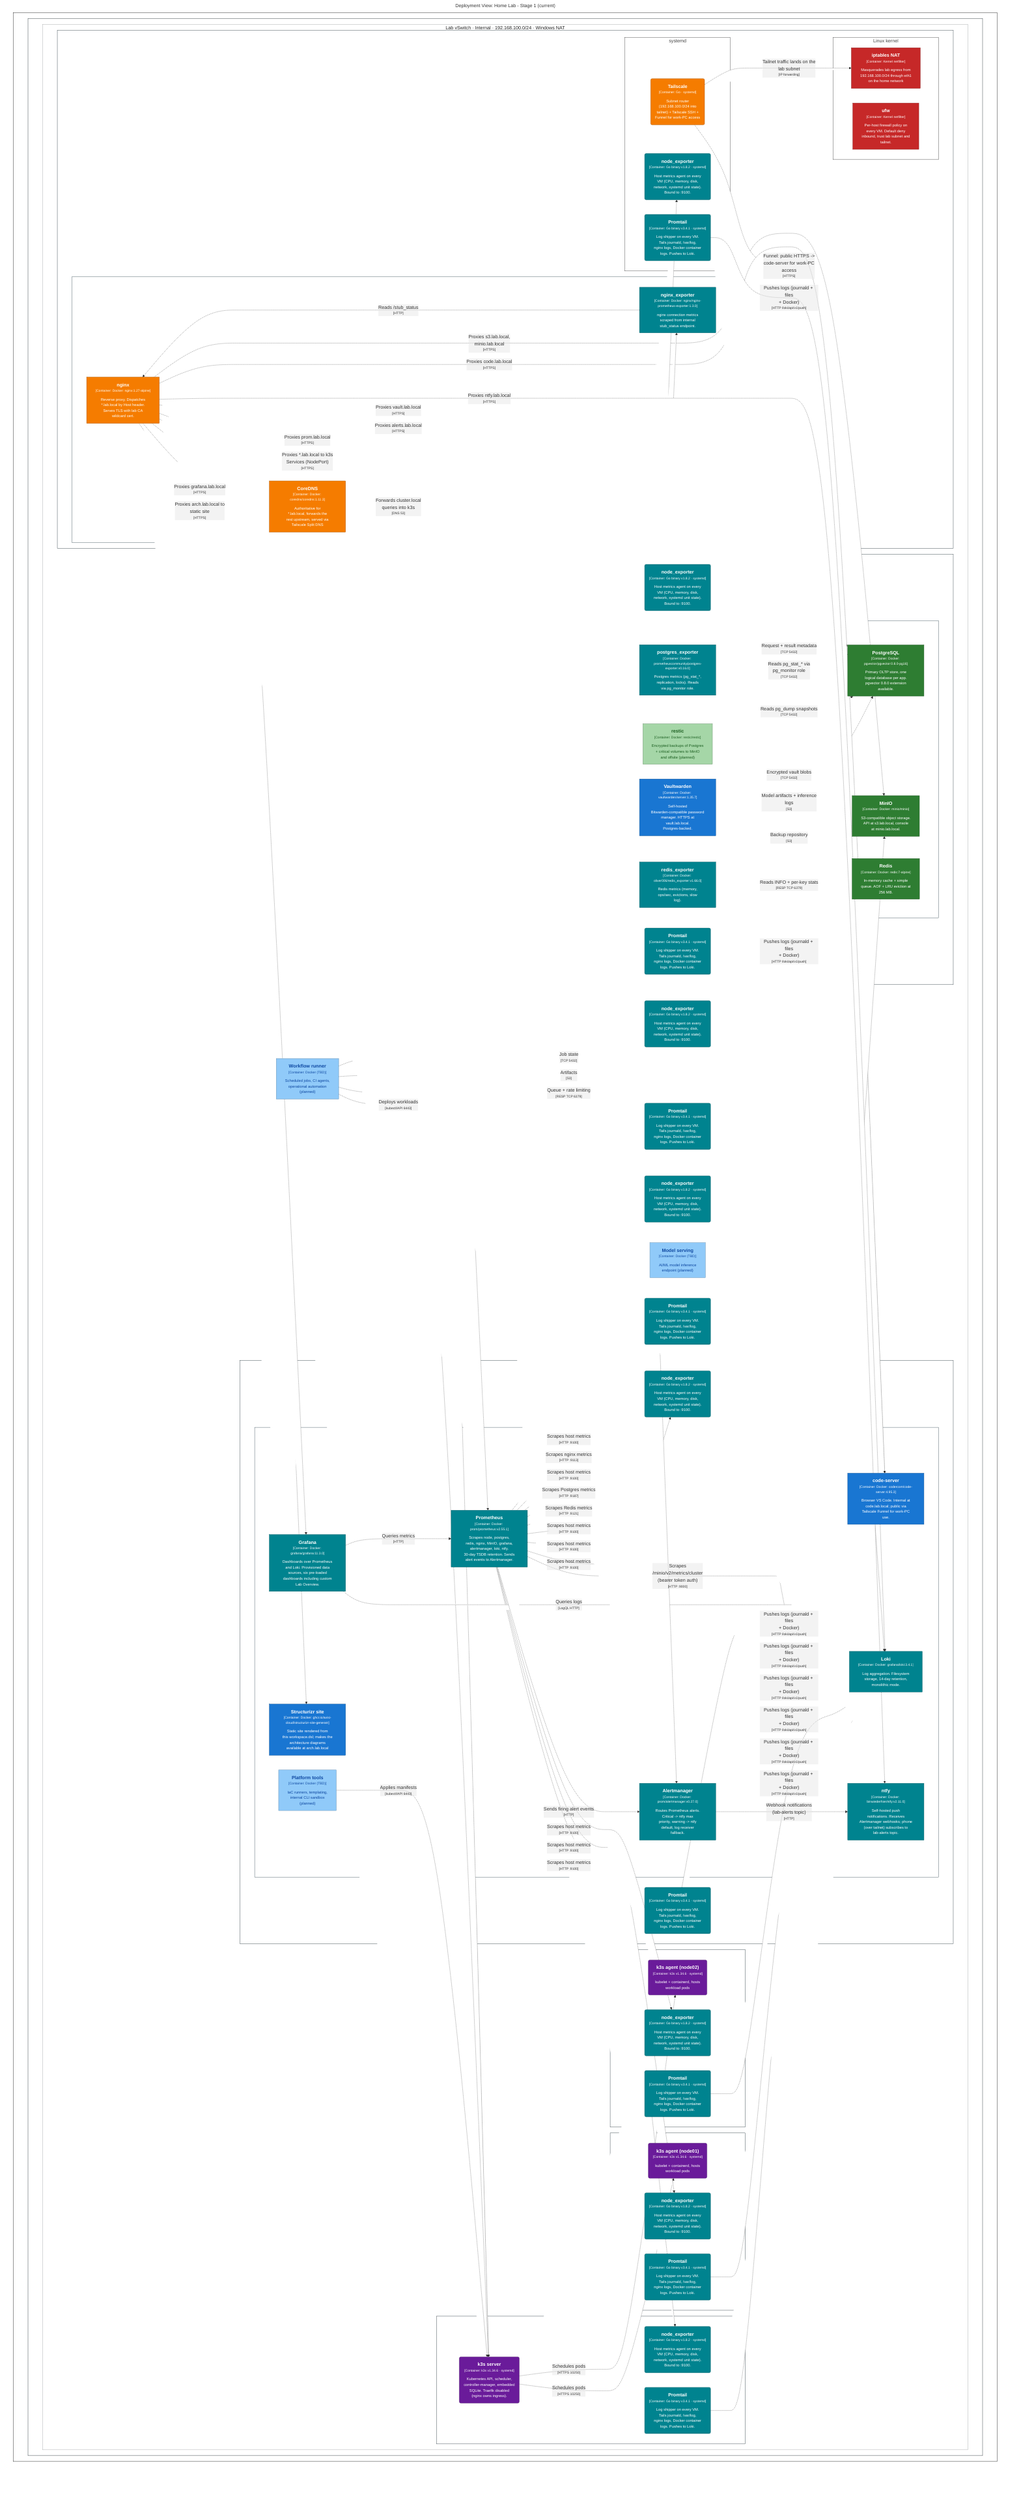
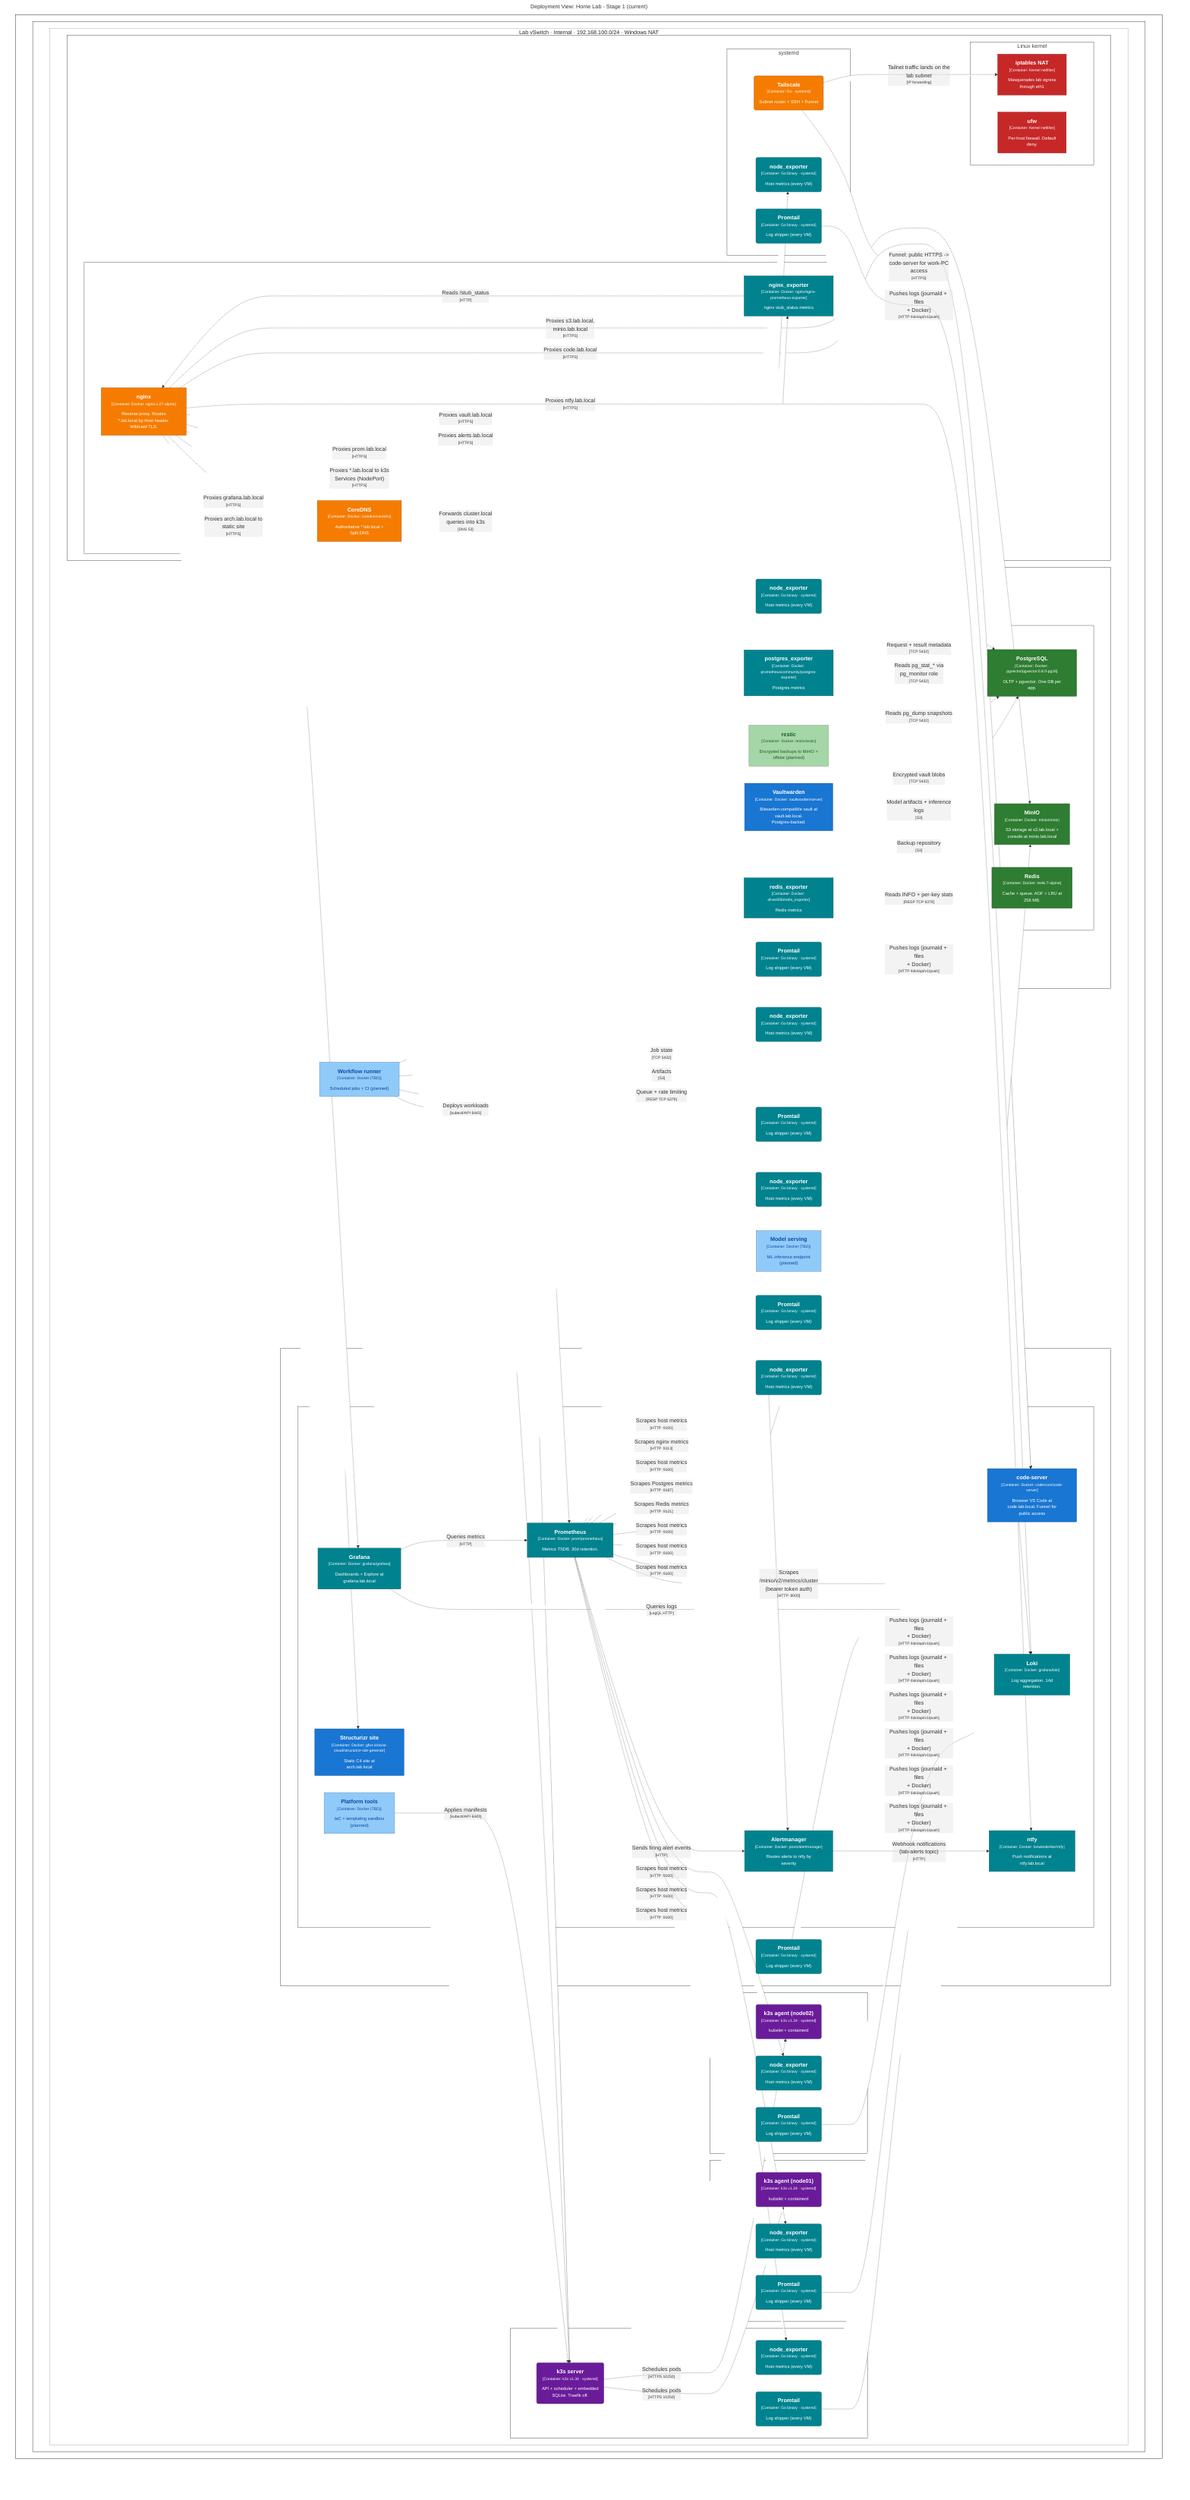
graph TB
  linkStyle default fill:#ffffff

  subgraph diagram ["Deployment View: Home Lab - Stage 1 (current)"]
    style diagram fill:#ffffff,stroke:#ffffff

    subgraph 86 ["Physical Windows host"]
      style 86 fill:#ffffff,stroke:#171717,color:#ffffff

      subgraph 87 ["Windows 11 + Hyper-V"]
        style 87 fill:#ffffff,stroke:#263137,color:#ffffff

        subgraph 88 ["Lab vSwitch · Internal · 192.168.100.0/24 · Windows NAT"]
          style 88 fill:#ffffff,stroke:#a5a7a8,color:#212121

          subgraph 103 ["lab-k3s-controlplane VM (.202)"]
            style 103 fill:#ffffff,stroke:#303e46,color:#ffffff

-             104("<div style='font-weight: bold'>k3s server</div><div style='font-size: 70%; margin-top: 0px'>[Container: k3s v1.34.6 · systemd]</div><div style='font-size: 80%; margin-top:10px'>Kubernetes API, scheduler,<br />controller-manager, embedded<br />SQLite. Traefik disabled<br />(nginx owns ingress).</div>")
+             104("<div style='font-weight: bold'>k3s server</div><div style='font-size: 70%; margin-top: 0px'>[Container: k3s v1.34 · systemd]</div><div style='font-size: 80%; margin-top:10px'>API + scheduler + embedded<br />SQLite. Traefik off.</div>")
            style 104 fill:#6a1b9a,stroke:#4a126b,color:#ffffff
-             107("<div style='font-weight: bold'>node_exporter</div><div style='font-size: 70%; margin-top: 0px'>[Container: Go binary v1.8.2 · systemd]</div><div style='font-size: 80%; margin-top:10px'>Host metrics agent on every<br />VM (CPU, memory, disk,<br />network, systemd unit state).<br />Bound to :9100.</div>")
+             107("<div style='font-weight: bold'>node_exporter</div><div style='font-size: 70%; margin-top: 0px'>[Container: Go binary · systemd]</div><div style='font-size: 80%; margin-top:10px'>Host metrics (every VM)</div>")
            style 107 fill:#00838f,stroke:#005b64,color:#ffffff
-             108("<div style='font-weight: bold'>Promtail</div><div style='font-size: 70%; margin-top: 0px'>[Container: Go binary v3.4.1 · systemd]</div><div style='font-size: 80%; margin-top:10px'>Log shipper on every VM.<br />Tails journald, /var/log,<br />nginx logs, Docker container<br />logs. Pushes to Loki.</div>")
+             108("<div style='font-weight: bold'>Promtail</div><div style='font-size: 70%; margin-top: 0px'>[Container: Go binary · systemd]</div><div style='font-size: 80%; margin-top:10px'>Log shipper (every VM)</div>")
            style 108 fill:#00838f,stroke:#005b64,color:#ffffff
          end

          subgraph 109 ["lab-k3s-node01 VM (.203)"]
            style 109 fill:#ffffff,stroke:#303e46,color:#ffffff

-             110("<div style='font-weight: bold'>k3s agent (node01)</div><div style='font-size: 70%; margin-top: 0px'>[Container: k3s v1.34.6 · systemd]</div><div style='font-size: 80%; margin-top:10px'>kubelet + containerd, hosts<br />workload pods</div>")
+             110("<div style='font-weight: bold'>k3s agent (node01)</div><div style='font-size: 70%; margin-top: 0px'>[Container: k3s v1.34 · systemd]</div><div style='font-size: 80%; margin-top:10px'>kubelet + containerd</div>")
            style 110 fill:#6a1b9a,stroke:#4a126b,color:#ffffff
-             112("<div style='font-weight: bold'>node_exporter</div><div style='font-size: 70%; margin-top: 0px'>[Container: Go binary v1.8.2 · systemd]</div><div style='font-size: 80%; margin-top:10px'>Host metrics agent on every<br />VM (CPU, memory, disk,<br />network, systemd unit state).<br />Bound to :9100.</div>")
+             112("<div style='font-weight: bold'>node_exporter</div><div style='font-size: 70%; margin-top: 0px'>[Container: Go binary · systemd]</div><div style='font-size: 80%; margin-top:10px'>Host metrics (every VM)</div>")
            style 112 fill:#00838f,stroke:#005b64,color:#ffffff
-             113("<div style='font-weight: bold'>Promtail</div><div style='font-size: 70%; margin-top: 0px'>[Container: Go binary v3.4.1 · systemd]</div><div style='font-size: 80%; margin-top:10px'>Log shipper on every VM.<br />Tails journald, /var/log,<br />nginx logs, Docker container<br />logs. Pushes to Loki.</div>")
+             113("<div style='font-weight: bold'>Promtail</div><div style='font-size: 70%; margin-top: 0px'>[Container: Go binary · systemd]</div><div style='font-size: 80%; margin-top:10px'>Log shipper (every VM)</div>")
            style 113 fill:#00838f,stroke:#005b64,color:#ffffff
          end

          subgraph 114 ["lab-k3s-node02 VM (.204)"]
            style 114 fill:#ffffff,stroke:#303e46,color:#ffffff

-             115("<div style='font-weight: bold'>k3s agent (node02)</div><div style='font-size: 70%; margin-top: 0px'>[Container: k3s v1.34.6 · systemd]</div><div style='font-size: 80%; margin-top:10px'>kubelet + containerd, hosts<br />workload pods</div>")
+             115("<div style='font-weight: bold'>k3s agent (node02)</div><div style='font-size: 70%; margin-top: 0px'>[Container: k3s v1.34 · systemd]</div><div style='font-size: 80%; margin-top:10px'>kubelet + containerd</div>")
            style 115 fill:#6a1b9a,stroke:#4a126b,color:#ffffff
-             117("<div style='font-weight: bold'>node_exporter</div><div style='font-size: 70%; margin-top: 0px'>[Container: Go binary v1.8.2 · systemd]</div><div style='font-size: 80%; margin-top:10px'>Host metrics agent on every<br />VM (CPU, memory, disk,<br />network, systemd unit state).<br />Bound to :9100.</div>")
+             117("<div style='font-weight: bold'>node_exporter</div><div style='font-size: 70%; margin-top: 0px'>[Container: Go binary · systemd]</div><div style='font-size: 80%; margin-top:10px'>Host metrics (every VM)</div>")
            style 117 fill:#00838f,stroke:#005b64,color:#ffffff
-             118("<div style='font-weight: bold'>Promtail</div><div style='font-size: 70%; margin-top: 0px'>[Container: Go binary v3.4.1 · systemd]</div><div style='font-size: 80%; margin-top:10px'>Log shipper on every VM.<br />Tails journald, /var/log,<br />nginx logs, Docker container<br />logs. Pushes to Loki.</div>")
+             118("<div style='font-weight: bold'>Promtail</div><div style='font-size: 70%; margin-top: 0px'>[Container: Go binary · systemd]</div><div style='font-size: 80%; margin-top:10px'>Log shipper (every VM)</div>")
            style 118 fill:#00838f,stroke:#005b64,color:#ffffff
          end

          subgraph 119 ["lab-datastore VM (.205)"]
            style 119 fill:#ffffff,stroke:#303e46,color:#ffffff

-             120("<div style='font-weight: bold'>node_exporter</div><div style='font-size: 70%; margin-top: 0px'>[Container: Go binary v1.8.2 · systemd]</div><div style='font-size: 80%; margin-top:10px'>Host metrics agent on every<br />VM (CPU, memory, disk,<br />network, systemd unit state).<br />Bound to :9100.</div>")
+             120("<div style='font-weight: bold'>node_exporter</div><div style='font-size: 70%; margin-top: 0px'>[Container: Go binary · systemd]</div><div style='font-size: 80%; margin-top:10px'>Host metrics (every VM)</div>")
            style 120 fill:#00838f,stroke:#005b64,color:#ffffff
-             121("<div style='font-weight: bold'>Promtail</div><div style='font-size: 70%; margin-top: 0px'>[Container: Go binary v3.4.1 · systemd]</div><div style='font-size: 80%; margin-top:10px'>Log shipper on every VM.<br />Tails journald, /var/log,<br />nginx logs, Docker container<br />logs. Pushes to Loki.</div>")
+             121("<div style='font-weight: bold'>Promtail</div><div style='font-size: 70%; margin-top: 0px'>[Container: Go binary · systemd]</div><div style='font-size: 80%; margin-top:10px'>Log shipper (every VM)</div>")
            style 121 fill:#00838f,stroke:#005b64,color:#ffffff
            subgraph 122 ["Docker engine"]
              style 122 fill:#ffffff,stroke:#435761,color:#ffffff

-               123["<div style='font-weight: bold'>PostgreSQL</div><div style='font-size: 70%; margin-top: 0px'>[Container: Docker: pgvector/pgvector:0.8.0-pg16]</div><div style='font-size: 80%; margin-top:10px'>Primary OLTP store, one<br />logical database per app.<br />pgvector 0.8.0 extension<br />available.</div>"]
+               123["<div style='font-weight: bold'>PostgreSQL</div><div style='font-size: 70%; margin-top: 0px'>[Container: Docker: pgvector/pgvector:0.8.0-pg16]</div><div style='font-size: 80%; margin-top:10px'>OLTP + pgvector. One DB per<br />app.</div>"]
              style 123 fill:#2e7d32,stroke:#205723,color:#ffffff
-               124["<div style='font-weight: bold'>MinIO</div><div style='font-size: 70%; margin-top: 0px'>[Container: Docker: minio/minio]</div><div style='font-size: 80%; margin-top:10px'>S3-compatible object storage.<br />API at s3.lab.local, console<br />at minio.lab.local.</div>"]
+               124["<div style='font-weight: bold'>MinIO</div><div style='font-size: 70%; margin-top: 0px'>[Container: Docker: minio/minio]</div><div style='font-size: 80%; margin-top:10px'>S3 storage at s3.lab.local +<br />console at minio.lab.local</div>"]
              style 124 fill:#2e7d32,stroke:#205723,color:#ffffff
-               126["<div style='font-weight: bold'>Redis</div><div style='font-size: 70%; margin-top: 0px'>[Container: Docker: redis:7-alpine]</div><div style='font-size: 80%; margin-top:10px'>In-memory cache + simple<br />queue. AOF + LRU eviction at<br />256 MB.</div>"]
+               126["<div style='font-weight: bold'>Redis</div><div style='font-size: 70%; margin-top: 0px'>[Container: Docker: redis:7-alpine]</div><div style='font-size: 80%; margin-top:10px'>Cache + queue. AOF + LRU at<br />256 MB.</div>"]
              style 126 fill:#2e7d32,stroke:#205723,color:#ffffff
-               127["<div style='font-weight: bold'>Vaultwarden</div><div style='font-size: 70%; margin-top: 0px'>[Container: Docker: vaultwarden/server:1.35.7]</div><div style='font-size: 80%; margin-top:10px'>Self-hosted<br />Bitwarden-compatible password<br />manager. HTTPS at<br />vault.lab.local.<br />Postgres-backed.</div>"]
+               127["<div style='font-weight: bold'>Vaultwarden</div><div style='font-size: 70%; margin-top: 0px'>[Container: Docker: vaultwarden/server]</div><div style='font-size: 80%; margin-top:10px'>Bitwarden-compatible vault at<br />vault.lab.local.<br />Postgres-backed.</div>"]
              style 127 fill:#1976d2,stroke:#115293,color:#ffffff
-               130["<div style='font-weight: bold'>restic</div><div style='font-size: 70%; margin-top: 0px'>[Container: Docker: restic/restic]</div><div style='font-size: 80%; margin-top:10px'>Encrypted backups of Postgres<br />+ critical volumes to MinIO<br />and offsite (planned)</div>"]
+               130["<div style='font-weight: bold'>restic</div><div style='font-size: 70%; margin-top: 0px'>[Container: Docker: restic/restic]</div><div style='font-size: 80%; margin-top:10px'>Encrypted backups to MinIO +<br />offsite (planned)</div>"]
              style 130 fill:#a5d6a7,stroke:#739574,color:#1b5e20
-               133["<div style='font-weight: bold'>postgres_exporter</div><div style='font-size: 70%; margin-top: 0px'>[Container: Docker: prometheuscommunity/postgres-exporter:v0.16.0]</div><div style='font-size: 80%; margin-top:10px'>Postgres metrics (pg_stat_*,<br />replication, locks). Reads<br />via pg_monitor role.</div>"]
+               133["<div style='font-weight: bold'>postgres_exporter</div><div style='font-size: 70%; margin-top: 0px'>[Container: Docker: prometheuscommunity/postgres-exporter]</div><div style='font-size: 80%; margin-top:10px'>Postgres metrics</div>"]
              style 133 fill:#00838f,stroke:#005b64,color:#ffffff
-               135["<div style='font-weight: bold'>redis_exporter</div><div style='font-size: 70%; margin-top: 0px'>[Container: Docker: oliver006/redis_exporter:v1.66.0]</div><div style='font-size: 80%; margin-top:10px'>Redis metrics (memory,<br />ops/sec, evictions, slow<br />log).</div>"]
+               135["<div style='font-weight: bold'>redis_exporter</div><div style='font-size: 70%; margin-top: 0px'>[Container: Docker: oliver006/redis_exporter]</div><div style='font-size: 80%; margin-top:10px'>Redis metrics</div>"]
              style 135 fill:#00838f,stroke:#005b64,color:#ffffff
            end

          end

          subgraph 137 ["lab-ai-ops VM (.206)"]
            style 137 fill:#ffffff,stroke:#303e46,color:#ffffff

-             138("<div style='font-weight: bold'>node_exporter</div><div style='font-size: 70%; margin-top: 0px'>[Container: Go binary v1.8.2 · systemd]</div><div style='font-size: 80%; margin-top:10px'>Host metrics agent on every<br />VM (CPU, memory, disk,<br />network, systemd unit state).<br />Bound to :9100.</div>")
+             138("<div style='font-weight: bold'>node_exporter</div><div style='font-size: 70%; margin-top: 0px'>[Container: Go binary · systemd]</div><div style='font-size: 80%; margin-top:10px'>Host metrics (every VM)</div>")
            style 138 fill:#00838f,stroke:#005b64,color:#ffffff
-             139("<div style='font-weight: bold'>Promtail</div><div style='font-size: 70%; margin-top: 0px'>[Container: Go binary v3.4.1 · systemd]</div><div style='font-size: 80%; margin-top:10px'>Log shipper on every VM.<br />Tails journald, /var/log,<br />nginx logs, Docker container<br />logs. Pushes to Loki.</div>")
+             139("<div style='font-weight: bold'>Promtail</div><div style='font-size: 70%; margin-top: 0px'>[Container: Go binary · systemd]</div><div style='font-size: 80%; margin-top:10px'>Log shipper (every VM)</div>")
            style 139 fill:#00838f,stroke:#005b64,color:#ffffff
            subgraph 140 ["Docker engine"]
              style 140 fill:#ffffff,stroke:#435761,color:#ffffff

-               141["<div style='font-weight: bold'>Model serving</div><div style='font-size: 70%; margin-top: 0px'>[Container: Docker (TBD)]</div><div style='font-size: 80%; margin-top:10px'>AI/ML model inference<br />endpoint (planned)</div>"]
+               141["<div style='font-weight: bold'>Model serving</div><div style='font-size: 70%; margin-top: 0px'>[Container: Docker (TBD)]</div><div style='font-size: 80%; margin-top:10px'>ML inference endpoint<br />(planned)</div>"]
              style 141 fill:#90caf9,stroke:#648dae,color:#0d47a1
            end

          end

          subgraph 144 ["lab-automation VM (.207)"]
            style 144 fill:#ffffff,stroke:#303e46,color:#ffffff

-             145("<div style='font-weight: bold'>node_exporter</div><div style='font-size: 70%; margin-top: 0px'>[Container: Go binary v1.8.2 · systemd]</div><div style='font-size: 80%; margin-top:10px'>Host metrics agent on every<br />VM (CPU, memory, disk,<br />network, systemd unit state).<br />Bound to :9100.</div>")
+             145("<div style='font-weight: bold'>node_exporter</div><div style='font-size: 70%; margin-top: 0px'>[Container: Go binary · systemd]</div><div style='font-size: 80%; margin-top:10px'>Host metrics (every VM)</div>")
            style 145 fill:#00838f,stroke:#005b64,color:#ffffff
-             146("<div style='font-weight: bold'>Promtail</div><div style='font-size: 70%; margin-top: 0px'>[Container: Go binary v3.4.1 · systemd]</div><div style='font-size: 80%; margin-top:10px'>Log shipper on every VM.<br />Tails journald, /var/log,<br />nginx logs, Docker container<br />logs. Pushes to Loki.</div>")
+             146("<div style='font-weight: bold'>Promtail</div><div style='font-size: 70%; margin-top: 0px'>[Container: Go binary · systemd]</div><div style='font-size: 80%; margin-top:10px'>Log shipper (every VM)</div>")
            style 146 fill:#00838f,stroke:#005b64,color:#ffffff
            subgraph 147 ["Docker engine"]
              style 147 fill:#ffffff,stroke:#435761,color:#ffffff

-               148["<div style='font-weight: bold'>Workflow runner</div><div style='font-size: 70%; margin-top: 0px'>[Container: Docker (TBD)]</div><div style='font-size: 80%; margin-top:10px'>Scheduled jobs, CI agents,<br />operational automation<br />(planned)</div>"]
+               148["<div style='font-weight: bold'>Workflow runner</div><div style='font-size: 70%; margin-top: 0px'>[Container: Docker (TBD)]</div><div style='font-size: 80%; margin-top:10px'>Scheduled jobs + CI (planned)</div>"]
              style 148 fill:#90caf9,stroke:#648dae,color:#0d47a1
            end

          end

          subgraph 153 ["lab-platform-eng VM (.208)"]
            style 153 fill:#ffffff,stroke:#303e46,color:#ffffff

-             154("<div style='font-weight: bold'>node_exporter</div><div style='font-size: 70%; margin-top: 0px'>[Container: Go binary v1.8.2 · systemd]</div><div style='font-size: 80%; margin-top:10px'>Host metrics agent on every<br />VM (CPU, memory, disk,<br />network, systemd unit state).<br />Bound to :9100.</div>")
+             154("<div style='font-weight: bold'>node_exporter</div><div style='font-size: 70%; margin-top: 0px'>[Container: Go binary · systemd]</div><div style='font-size: 80%; margin-top:10px'>Host metrics (every VM)</div>")
            style 154 fill:#00838f,stroke:#005b64,color:#ffffff
-             155("<div style='font-weight: bold'>Promtail</div><div style='font-size: 70%; margin-top: 0px'>[Container: Go binary v3.4.1 · systemd]</div><div style='font-size: 80%; margin-top:10px'>Log shipper on every VM.<br />Tails journald, /var/log,<br />nginx logs, Docker container<br />logs. Pushes to Loki.</div>")
+             155("<div style='font-weight: bold'>Promtail</div><div style='font-size: 70%; margin-top: 0px'>[Container: Go binary · systemd]</div><div style='font-size: 80%; margin-top:10px'>Log shipper (every VM)</div>")
            style 155 fill:#00838f,stroke:#005b64,color:#ffffff
            subgraph 156 ["Docker engine"]
              style 156 fill:#ffffff,stroke:#435761,color:#ffffff

-               157["<div style='font-weight: bold'>Platform tools</div><div style='font-size: 70%; margin-top: 0px'>[Container: Docker (TBD)]</div><div style='font-size: 80%; margin-top:10px'>IaC runners, templating,<br />internal CLI sandbox<br />(planned)</div>"]
+               157["<div style='font-weight: bold'>Platform tools</div><div style='font-size: 70%; margin-top: 0px'>[Container: Docker (TBD)]</div><div style='font-size: 80%; margin-top:10px'>IaC + templating sandbox<br />(planned)</div>"]
              style 157 fill:#90caf9,stroke:#648dae,color:#0d47a1
-               159["<div style='font-weight: bold'>Structurizr site</div><div style='font-size: 70%; margin-top: 0px'>[Container: Docker: ghcr.io/avisi-cloud/structurizr-site-generatr]</div><div style='font-size: 80%; margin-top:10px'>Static site rendered from<br />this workspace.dsl; makes the<br />architecture diagrams<br />available at arch.lab.local</div>"]
+               159["<div style='font-weight: bold'>Structurizr site</div><div style='font-size: 70%; margin-top: 0px'>[Container: Docker: ghcr.io/avisi-cloud/structurizr-site-generatr]</div><div style='font-size: 80%; margin-top:10px'>Static C4 site at<br />arch.lab.local</div>"]
              style 159 fill:#1976d2,stroke:#115293,color:#ffffff
-               161["<div style='font-weight: bold'>code-server</div><div style='font-size: 70%; margin-top: 0px'>[Container: Docker: codercom/code-server:4.95.3]</div><div style='font-size: 80%; margin-top:10px'>Browser VS Code. Internal at<br />code.lab.local; public via<br />Tailscale Funnel for work-PC<br />use.</div>"]
+               161["<div style='font-weight: bold'>code-server</div><div style='font-size: 70%; margin-top: 0px'>[Container: Docker: codercom/code-server]</div><div style='font-size: 80%; margin-top:10px'>Browser VS Code at<br />code.lab.local; Funnel for<br />public access</div>"]
              style 161 fill:#1976d2,stroke:#115293,color:#ffffff
-               164["<div style='font-weight: bold'>Prometheus</div><div style='font-size: 70%; margin-top: 0px'>[Container: Docker: prom/prometheus:v2.55.1]</div><div style='font-size: 80%; margin-top:10px'>Scrapes node, postgres,<br />redis, nginx, MinIO, grafana,<br />alertmanager, loki, ntfy.<br />30-day TSDB retention. Sends<br />alert events to Alertmanager.</div>"]
+               164["<div style='font-weight: bold'>Prometheus</div><div style='font-size: 70%; margin-top: 0px'>[Container: Docker: prom/prometheus]</div><div style='font-size: 80%; margin-top:10px'>Metrics TSDB. 30d retention.</div>"]
              style 164 fill:#00838f,stroke:#005b64,color:#ffffff
-               178["<div style='font-weight: bold'>Grafana</div><div style='font-size: 70%; margin-top: 0px'>[Container: Docker: grafana/grafana:11.3.0]</div><div style='font-size: 80%; margin-top:10px'>Dashboards over Prometheus<br />and Loki. Provisioned data<br />sources, six pre-loaded<br />dashboards including custom<br />Lab Overview.</div>"]
+               178["<div style='font-weight: bold'>Grafana</div><div style='font-size: 70%; margin-top: 0px'>[Container: Docker: grafana/grafana]</div><div style='font-size: 80%; margin-top:10px'>Dashboards + Explore at<br />grafana.lab.local</div>"]
              style 178 fill:#00838f,stroke:#005b64,color:#ffffff
-               181["<div style='font-weight: bold'>Loki</div><div style='font-size: 70%; margin-top: 0px'>[Container: Docker: grafana/loki:3.4.1]</div><div style='font-size: 80%; margin-top:10px'>Log aggregation. Filesystem<br />storage, 14-day retention,<br />monolithic mode.</div>"]
+               181["<div style='font-weight: bold'>Loki</div><div style='font-size: 70%; margin-top: 0px'>[Container: Docker: grafana/loki]</div><div style='font-size: 80%; margin-top:10px'>Log aggregation. 14d<br />retention.</div>"]
              style 181 fill:#00838f,stroke:#005b64,color:#ffffff
-               191["<div style='font-weight: bold'>Alertmanager</div><div style='font-size: 70%; margin-top: 0px'>[Container: Docker: prom/alertmanager:v0.27.0]</div><div style='font-size: 80%; margin-top:10px'>Routes Prometheus alerts.<br />Critical -> ntfy max<br />priority, warning -> ntfy<br />default, log receiver<br />fallback.</div>"]
+               191["<div style='font-weight: bold'>Alertmanager</div><div style='font-size: 70%; margin-top: 0px'>[Container: Docker: prom/alertmanager]</div><div style='font-size: 80%; margin-top:10px'>Routes alerts to ntfy by<br />severity</div>"]
              style 191 fill:#00838f,stroke:#005b64,color:#ffffff
-               194["<div style='font-weight: bold'>ntfy</div><div style='font-size: 70%; margin-top: 0px'>[Container: Docker: binwiederhier/ntfy:v2.11.0]</div><div style='font-size: 80%; margin-top:10px'>Self-hosted push<br />notifications. Receives<br />Alertmanager webhooks; phone<br />(over tailnet) subscribes to<br />lab-alerts topic.</div>"]
+               194["<div style='font-weight: bold'>ntfy</div><div style='font-size: 70%; margin-top: 0px'>[Container: Docker: binwiederhier/ntfy]</div><div style='font-size: 80%; margin-top:10px'>Push notifications at<br />ntfy.lab.local</div>"]
              style 194 fill:#00838f,stroke:#005b64,color:#ffffff
            end

          end

          subgraph 89 ["lab-gateway VM (.201)"]
            style 89 fill:#ffffff,stroke:#303e46,color:#ffffff

            subgraph 90 ["systemd"]
              style 90 fill:#ffffff,stroke:#444444,color:#444444

-               91("<div style='font-weight: bold'>Tailscale</div><div style='font-size: 70%; margin-top: 0px'>[Container: Go · systemd]</div><div style='font-size: 80%; margin-top:10px'>Subnet router<br />(192.168.100.0/24 into<br />tailnet) + Tailscale SSH +<br />Funnel for work-PC access</div>")
+               91("<div style='font-weight: bold'>Tailscale</div><div style='font-size: 70%; margin-top: 0px'>[Container: Go · systemd]</div><div style='font-size: 80%; margin-top:10px'>Subnet router + SSH + Funnel</div>")
              style 91 fill:#f57c00,stroke:#ab5600,color:#ffffff
-               92("<div style='font-weight: bold'>node_exporter</div><div style='font-size: 70%; margin-top: 0px'>[Container: Go binary v1.8.2 · systemd]</div><div style='font-size: 80%; margin-top:10px'>Host metrics agent on every<br />VM (CPU, memory, disk,<br />network, systemd unit state).<br />Bound to :9100.</div>")
+               92("<div style='font-weight: bold'>node_exporter</div><div style='font-size: 70%; margin-top: 0px'>[Container: Go binary · systemd]</div><div style='font-size: 80%; margin-top:10px'>Host metrics (every VM)</div>")
              style 92 fill:#00838f,stroke:#005b64,color:#ffffff
-               93("<div style='font-weight: bold'>Promtail</div><div style='font-size: 70%; margin-top: 0px'>[Container: Go binary v3.4.1 · systemd]</div><div style='font-size: 80%; margin-top:10px'>Log shipper on every VM.<br />Tails journald, /var/log,<br />nginx logs, Docker container<br />logs. Pushes to Loki.</div>")
+               93("<div style='font-weight: bold'>Promtail</div><div style='font-size: 70%; margin-top: 0px'>[Container: Go binary · systemd]</div><div style='font-size: 80%; margin-top:10px'>Log shipper (every VM)</div>")
              style 93 fill:#00838f,stroke:#005b64,color:#ffffff
            end

            subgraph 94 ["Linux kernel"]
              style 94 fill:#ffffff,stroke:#444444,color:#444444

-               95["<div style='font-weight: bold'>iptables NAT</div><div style='font-size: 70%; margin-top: 0px'>[Container: Kernel netfilter]</div><div style='font-size: 80%; margin-top:10px'>Masquerades lab egress from<br />192.168.100.0/24 through eth1<br />on the home network</div>"]
+               95["<div style='font-weight: bold'>iptables NAT</div><div style='font-size: 70%; margin-top: 0px'>[Container: Kernel netfilter]</div><div style='font-size: 80%; margin-top:10px'>Masquerades lab egress<br />through eth1</div>"]
              style 95 fill:#c62828,stroke:#8a1c1c,color:#ffffff
-               97["<div style='font-weight: bold'>ufw</div><div style='font-size: 70%; margin-top: 0px'>[Container: Kernel netfilter]</div><div style='font-size: 80%; margin-top:10px'>Per-host firewall policy on<br />every VM. Default deny<br />inbound, trust lab subnet and<br />tailnet.</div>"]
+               97["<div style='font-weight: bold'>ufw</div><div style='font-size: 70%; margin-top: 0px'>[Container: Kernel netfilter]</div><div style='font-size: 80%; margin-top:10px'>Per-host firewall. Default<br />deny.</div>"]
              style 97 fill:#c62828,stroke:#8a1c1c,color:#ffffff
            end

            subgraph 98 ["Docker engine"]
              style 98 fill:#ffffff,stroke:#435761,color:#ffffff

-               100["<div style='font-weight: bold'>nginx</div><div style='font-size: 70%; margin-top: 0px'>[Container: Docker: nginx:1.27-alpine]</div><div style='font-size: 80%; margin-top:10px'>Reverse proxy. Dispatches<br />*.lab.local by Host header.<br />Serves TLS with lab CA<br />wildcard cert.</div>"]
+               100["<div style='font-weight: bold'>nginx</div><div style='font-size: 70%; margin-top: 0px'>[Container: Docker: nginx:1.27-alpine]</div><div style='font-size: 80%; margin-top:10px'>Reverse proxy. Routes<br />*.lab.local by Host header.<br />Wildcard TLS.</div>"]
              style 100 fill:#f57c00,stroke:#ab5600,color:#ffffff
-               101["<div style='font-weight: bold'>nginx_exporter</div><div style='font-size: 70%; margin-top: 0px'>[Container: Docker: nginx/nginx-prometheus-exporter:1.3.0]</div><div style='font-size: 80%; margin-top:10px'>nginx connection metrics<br />scraped from internal<br />stub_status endpoint.</div>"]
+               101["<div style='font-weight: bold'>nginx_exporter</div><div style='font-size: 70%; margin-top: 0px'>[Container: Docker: nginx/nginx-prometheus-exporter]</div><div style='font-size: 80%; margin-top:10px'>nginx stub_status metrics</div>"]
              style 101 fill:#00838f,stroke:#005b64,color:#ffffff
-               99["<div style='font-weight: bold'>CoreDNS</div><div style='font-size: 70%; margin-top: 0px'>[Container: Docker: coredns/coredns:1.11.3]</div><div style='font-size: 80%; margin-top:10px'>Authoritative for<br />*.lab.local, forwards the<br />rest upstream, served via<br />Tailscale Split DNS</div>"]
+               99["<div style='font-weight: bold'>CoreDNS</div><div style='font-size: 70%; margin-top: 0px'>[Container: Docker: coredns/coredns]</div><div style='font-size: 80%; margin-top:10px'>Authoritative *.lab.local +<br />Split DNS</div>"]
              style 99 fill:#f57c00,stroke:#ab5600,color:#ffffff
            end

          end

        end

      end

    end

    101-. "<div>Reads /stub_status</div><div style='font-size: 70%'>[HTTP]</div>" .->100
    99-. "<div>Forwards cluster.local<br />queries into k3s</div><div style='font-size: 70%'>[DNS 53]</div>" .->104
    100-. "<div>Proxies *.lab.local to k3s<br />Services (NodePort)</div><div style='font-size: 70%'>[HTTPS]</div>" .->104
    104-. "<div>Schedules pods</div><div style='font-size: 70%'>[HTTPS 10250]</div>" .->110
    104-. "<div>Schedules pods</div><div style='font-size: 70%'>[HTTPS 10250]</div>" .->115
    100-. "<div>Proxies s3.lab.local,<br />minio.lab.local</div><div style='font-size: 70%'>[HTTPS]</div>" .->124
    100-. "<div>Proxies vault.lab.local</div><div style='font-size: 70%'>[HTTPS]</div>" .->127
    127-. "<div>Encrypted vault blobs</div><div style='font-size: 70%'>[TCP 5432]</div>" .->123
    130-. "<div>Reads pg_dump snapshots</div><div style='font-size: 70%'>[TCP 5432]</div>" .->123
    130-. "<div>Backup repository</div><div style='font-size: 70%'>[S3]</div>" .->124
    133-. "<div>Reads pg_stat_* via<br />pg_monitor role</div><div style='font-size: 70%'>[TCP 5432]</div>" .->123
    135-. "<div>Reads INFO + per-key stats</div><div style='font-size: 70%'>[RESP TCP 6379]</div>" .->126
    141-. "<div>Request + result metadata</div><div style='font-size: 70%'>[TCP 5432]</div>" .->123
    141-. "<div>Model artifacts + inference<br />logs</div><div style='font-size: 70%'>[S3]</div>" .->124
    148-. "<div>Deploys workloads</div><div style='font-size: 70%'>[kubectl/API 6443]</div>" .->104
    148-. "<div>Job state</div><div style='font-size: 70%'>[TCP 5432]</div>" .->123
    148-. "<div>Artifacts</div><div style='font-size: 70%'>[S3]</div>" .->124
    148-. "<div>Queue + rate limiting</div><div style='font-size: 70%'>[RESP TCP 6379]</div>" .->126
    157-. "<div>Applies manifests</div><div style='font-size: 70%'>[kubectl/API 6443]</div>" .->104
    100-. "<div>Proxies arch.lab.local to<br />static site</div><div style='font-size: 70%'>[HTTPS]</div>" .->159
    91-. "<div>Funnel: public HTTPS -><br />code-server for work-PC<br />access</div><div style='font-size: 70%'>[HTTPS]</div>" .->161
    100-. "<div>Proxies code.lab.local</div><div style='font-size: 70%'>[HTTPS]</div>" .->161
    164-. "<div>Scrapes host metrics</div><div style='font-size: 70%'>[HTTP :9100]</div>" .->92
    100-. "<div>Proxies prom.lab.local</div><div style='font-size: 70%'>[HTTPS]</div>" .->164
    164-. "<div>Scrapes nginx metrics</div><div style='font-size: 70%'>[HTTP :9113]</div>" .->101
    164-. "<div>Scrapes host metrics</div><div style='font-size: 70%'>[HTTP :9100]</div>" .->107
    164-. "<div>Scrapes host metrics</div><div style='font-size: 70%'>[HTTP :9100]</div>" .->112
    164-. "<div>Scrapes host metrics</div><div style='font-size: 70%'>[HTTP :9100]</div>" .->117
    164-. "<div>Scrapes host metrics</div><div style='font-size: 70%'>[HTTP :9100]</div>" .->120
    164-. "<div>Scrapes<br />/minio/v2/metrics/cluster<br />(bearer token auth)</div><div style='font-size: 70%'>[HTTP :9000]</div>" .->124
    164-. "<div>Scrapes Postgres metrics</div><div style='font-size: 70%'>[HTTP :9187]</div>" .->133
    164-. "<div>Scrapes Redis metrics</div><div style='font-size: 70%'>[HTTP :9121]</div>" .->135
    164-. "<div>Scrapes host metrics</div><div style='font-size: 70%'>[HTTP :9100]</div>" .->138
    164-. "<div>Scrapes host metrics</div><div style='font-size: 70%'>[HTTP :9100]</div>" .->145
    164-. "<div>Scrapes host metrics</div><div style='font-size: 70%'>[HTTP :9100]</div>" .->154
    100-. "<div>Proxies grafana.lab.local</div><div style='font-size: 70%'>[HTTPS]</div>" .->178
    178-. "<div>Queries metrics</div><div style='font-size: 70%'>[HTTP]</div>" .->164
    93-. "<div>Pushes logs (journald + files<br />+ Docker)</div><div style='font-size: 70%'>[HTTP /loki/api/v1/push]</div>" .->181
    108-. "<div>Pushes logs (journald + files<br />+ Docker)</div><div style='font-size: 70%'>[HTTP /loki/api/v1/push]</div>" .->181
    113-. "<div>Pushes logs (journald + files<br />+ Docker)</div><div style='font-size: 70%'>[HTTP /loki/api/v1/push]</div>" .->181
    118-. "<div>Pushes logs (journald + files<br />+ Docker)</div><div style='font-size: 70%'>[HTTP /loki/api/v1/push]</div>" .->181
    121-. "<div>Pushes logs (journald + files<br />+ Docker)</div><div style='font-size: 70%'>[HTTP /loki/api/v1/push]</div>" .->181
    139-. "<div>Pushes logs (journald + files<br />+ Docker)</div><div style='font-size: 70%'>[HTTP /loki/api/v1/push]</div>" .->181
    146-. "<div>Pushes logs (journald + files<br />+ Docker)</div><div style='font-size: 70%'>[HTTP /loki/api/v1/push]</div>" .->181
    155-. "<div>Pushes logs (journald + files<br />+ Docker)</div><div style='font-size: 70%'>[HTTP /loki/api/v1/push]</div>" .->181
    178-. "<div>Queries logs</div><div style='font-size: 70%'>[LogQL HTTP]</div>" .->181
    100-. "<div>Proxies alerts.lab.local</div><div style='font-size: 70%'>[HTTPS]</div>" .->191
    164-. "<div>Sends firing alert events</div><div style='font-size: 70%'>[HTTP]</div>" .->191
    100-. "<div>Proxies ntfy.lab.local</div><div style='font-size: 70%'>[HTTPS]</div>" .->194
    191-. "<div>Webhook notifications<br />(lab-alerts topic)</div><div style='font-size: 70%'>[HTTP]</div>" .->194
    91-. "<div>Tailnet traffic lands on the<br />lab subnet</div><div style='font-size: 70%'>[IP forwarding]</div>" .->95

  end